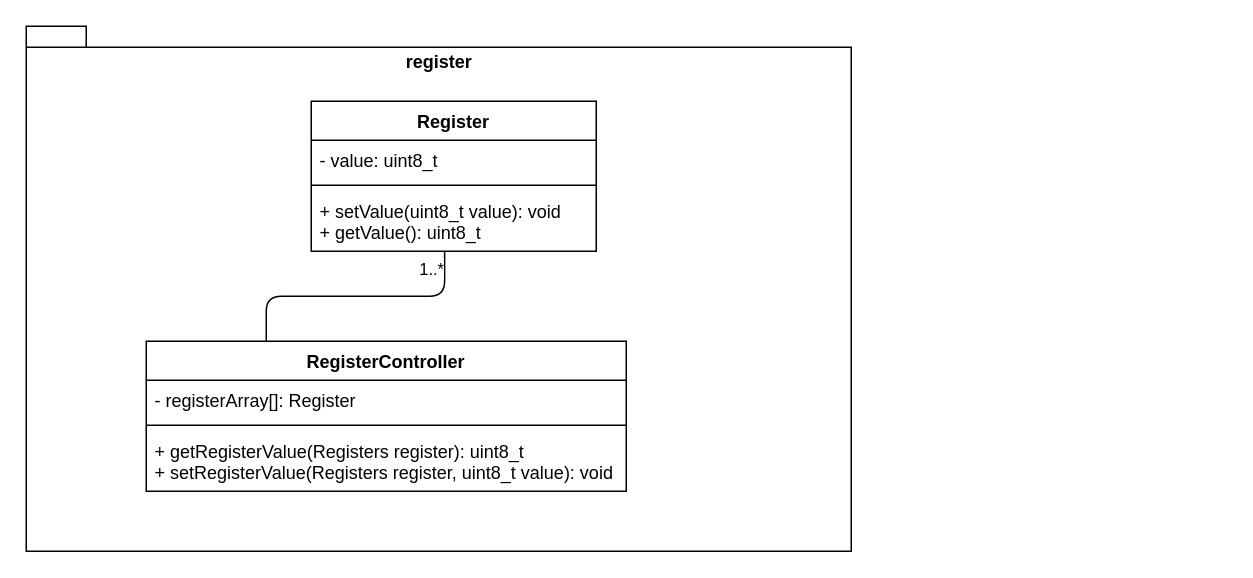
This is page "Register" (2 of 3) of doc/6502-Diagram.drawio from poundflag/MOS-6502-Emulator-Base, a draw.io file, before an edit. Source tidied: cells renumbered, new cells numbered last; positions are measured from the earlier drawing's top-left corner, leaving out a move shared by most shapes. Both pictures are drawn from the tidied source at 150%, with x=0, y=0 at pixel (26, 26).
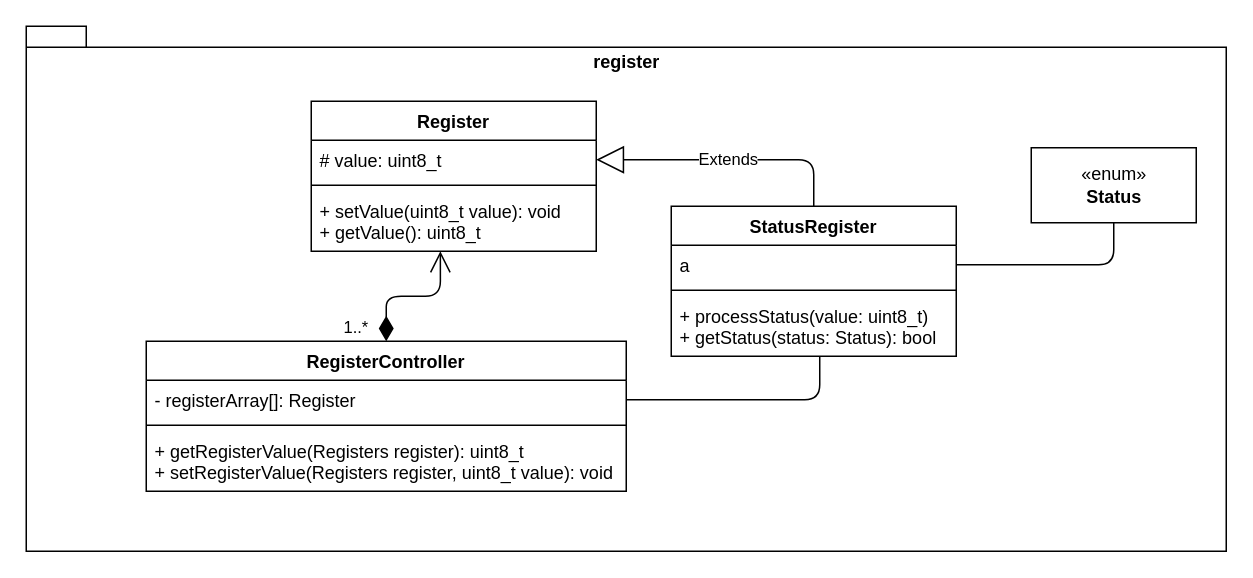
After the change.

Unchanged cells that the change refers to:
```xml
<mxCell id="3" value="Register" style="swimlane;fontStyle=1;align=center;verticalAlign=top;horizontal=1;startSize=26;" parent="1" vertex="1">
  <mxGeometry x="190" y="50" width="190" height="100" as="geometry" />
</mxCell>
<mxCell id="6" value="+ setValue(uint8_t value): void&#10;+ getValue(): uint8_t" style="text;strokeColor=none;fillColor=none;align=left;verticalAlign=top;spacingLeft=4;spacingRight=4;overflow=hidden;points=[[0,0.5],[1,0.5]];portConstraint=eastwest;" parent="3" vertex="1">
  <mxGeometry y="60" width="190" height="40" as="geometry" />
</mxCell>
<mxCell id="7" value="RegisterController" style="swimlane;fontStyle=1;align=center;verticalAlign=top;horizontal=1;startSize=26;" parent="1" vertex="1">
  <mxGeometry x="80" y="210" width="320" height="100" as="geometry" />
</mxCell>
<mxCell id="8" value="- registerArray[]: Register" style="text;strokeColor=none;fillColor=none;align=left;verticalAlign=top;spacingLeft=4;spacingRight=4;overflow=hidden;points=[[0,0.5],[1,0.5]];portConstraint=eastwest;" parent="7" vertex="1">
  <mxGeometry y="26" width="320" height="26" as="geometry" />
</mxCell>
```

The edit, as a diff of the source:
```diff
@@
     <mxCell id="2" value="register" style="shape=folder;fontStyle=1;spacingTop=10;tabWidth=40;tabHeight=14;tabPosition=left;html=1;verticalAlign=top;align=center;" parent="1" vertex="1">
-      <mxGeometry width="550" height="350" as="geometry" />
+      <mxGeometry width="800" height="350" as="geometry" />
     </mxCell>
@@
-    <mxCell id="4" value="- value: uint8_t" style="text;strokeColor=none;fillColor=none;align=left;verticalAlign=top;spacingLeft=4;spacingRight=4;overflow=hidden;points=[[0,0.5],[1,0.5]];portConstraint=eastwest;" parent="3" vertex="1">
+    <mxCell id="4" value="# value: uint8_t" style="text;strokeColor=none;fillColor=none;align=left;verticalAlign=top;spacingLeft=4;spacingRight=4;overflow=hidden;points=[[0,0.5],[1,0.5]];portConstraint=eastwest;" parent="3" vertex="1">
       <mxGeometry y="26" width="190" height="26" as="geometry" />
     </mxCell>
@@
-    <mxCell id="11" style="endArrow=none;html=1;edgeStyle=orthogonalEdgeStyle;exitX=0.25;exitY=0;exitDx=0;exitDy=0;entryX=0.468;entryY=1;entryDx=0;entryDy=0;entryPerimeter=0;" parent="1" edge="1" source="7" target="6">
-      <mxGeometry relative="1" as="geometry" />
-    </mxCell>
+    <mxCell id="13" value="StatusRegister" style="swimlane;fontStyle=1;align=center;verticalAlign=top;horizontal=1;startSize=26;" parent="1" vertex="1">
+      <mxGeometry x="430" y="120" width="190" height="100" as="geometry" />
+    </mxCell>
+    <mxCell id="14" value="a" style="text;strokeColor=none;fillColor=none;align=left;verticalAlign=top;spacingLeft=4;spacingRight=4;overflow=hidden;points=[[0,0.5],[1,0.5]];portConstraint=eastwest;" parent="13" vertex="1">
+      <mxGeometry y="26" width="190" height="26" as="geometry" />
+    </mxCell>
+    <mxCell id="15" style="line;strokeWidth=1;fillColor=none;align=left;verticalAlign=middle;spacingTop=-1;spacingLeft=3;spacingRight=3;labelPosition=right;" parent="13" vertex="1">
+      <mxGeometry y="52" width="190" height="8" as="geometry" />
+    </mxCell>
+    <mxCell id="16" value="+ processStatus(value: uint8_t)&#10;+ getStatus(status: Status): bool" style="text;strokeColor=none;fillColor=none;align=left;verticalAlign=top;spacingLeft=4;spacingRight=4;overflow=hidden;points=[[0,0.5],[1,0.5]];portConstraint=eastwest;" parent="13" vertex="1">
+      <mxGeometry y="60" width="190" height="40" as="geometry" />
+    </mxCell>
+    <mxCell id="17" style="endArrow=none;html=1;edgeStyle=orthogonalEdgeStyle;exitX=1;exitY=0.5;exitDx=0;exitDy=0;entryX=0.521;entryY=1;entryDx=0;entryDy=0;entryPerimeter=0;" parent="1" edge="1" source="8" target="16">
+      <mxGeometry relative="1" as="geometry" />
+    </mxCell>
+    <mxCell id="18" value="Extends" style="endArrow=block;endSize=16;endFill=0;html=1;exitX=0.5;exitY=0;exitDx=0;exitDy=0;entryX=1;entryY=0.5;entryDx=0;entryDy=0;" parent="1" edge="1" source="13" target="4">
+      <mxGeometry relative="1" as="geometry">
+        <Array as="points">
+          <mxPoint x="525" y="89" />
+        </Array>
+      </mxGeometry>
+    </mxCell>
-    <mxCell id="12" value="1..*" style="edgeLabel;html=1;align=right;verticalAlign=bottom;" parent="11" vertex="1">
-      <mxGeometry x="1" relative="1" as="geometry">
-        <mxPoint y="20" as="offset" />
-      </mxGeometry>
+    <mxCell id="12" value="1..*" style="endArrow=open;html=1;endSize=12;startArrow=diamondThin;startSize=14;startFill=1;edgeStyle=orthogonalEdgeStyle;align=left;verticalAlign=bottom;exitX=0.5;exitY=0;exitDx=0;exitDy=0;entryX=0.453;entryY=1;entryDx=0;entryDy=0;entryPerimeter=0;" parent="1" edge="1" source="7" target="6">
+      <mxGeometry x="-1" y="30" relative="1" as="geometry" />
     </mxCell>
+    <mxCell id="19" value="«enum»&lt;br&gt;&lt;b&gt;Status&lt;/b&gt;" style="html=1;" parent="1" vertex="1">
+      <mxGeometry x="670" y="81" width="110" height="50" as="geometry" />
+    </mxCell>
+    <mxCell id="20" style="endArrow=none;html=1;edgeStyle=orthogonalEdgeStyle;exitX=1;exitY=0.5;exitDx=0;exitDy=0;entryX=0.5;entryY=1;entryDx=0;entryDy=0;" parent="1" edge="1" source="14" target="19">
+      <mxGeometry relative="1" as="geometry" />
+    </mxCell>
```
